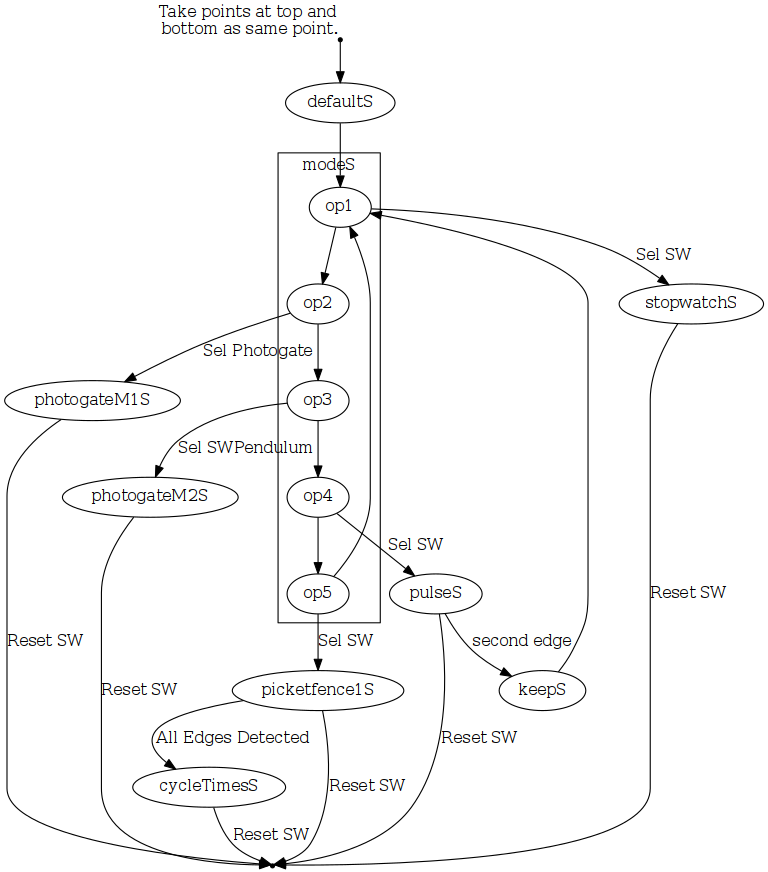
danpeirce/photogate-box-ssd1306term keeps this Graphviz diagram as image/pickmode.png. Above is the earlier version. Its source is kept beside it as pickmode.gv.
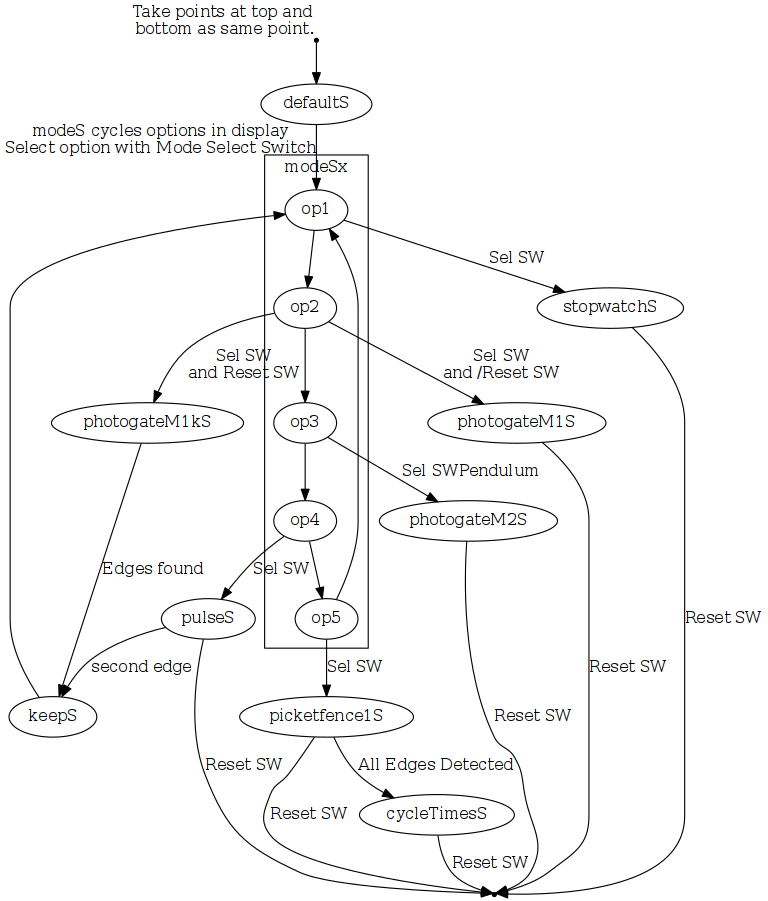
The same file after the commit.

Commit message:
keep version of photogate mode added to state transition diagram

The edit, as a diff of the source:
```diff
@@ -3,12 +3,14 @@
         start [shape=point, xlabel=<Take points at top and<br /> bottom as same point.>];
 	end [shape=point];
         start -> defaultS
-        defaultS -> op1;
+        defaultS -> op1 [ xlabel = <modeS cycles options in display<br />Select option with Mode Select Switch> ]
 
-        op1 -> stopwatchS [ label = "Sel SW" ]
+        op1 -> stopwatchS [ label = "Sel SW"]
         stopwatchS -> end [ label = "Reset SW" ]
-        op2 -> photogateM1S [ label = "Sel Photogate" ]
+        op2 -> photogateM1S [ label = <Sel SW<br />and /Reset SW> ]
+        op2 -> photogateM1kS [ label = <Sel SW<br />and Reset SW> ]
         photogateM1S -> end [ label = "Reset SW" ]
+        photogateM1kS -> keepS [ label = "Edges found" ]
         op3 -> photogateM2S [ label = <Sel SWPendulum> ]
         photogateM2S -> end [ label = "Reset SW" ]
         op4 -> pulseS [ label = "Sel SW" ]
@@ -27,8 +29,10 @@
                  op3 -> op4;
                  op4 -> op5;
                  op5 -> op1;
-                 label = "modeS";
+                 label = "modeSx";
+
         }
+
 }
 
 /*
```
